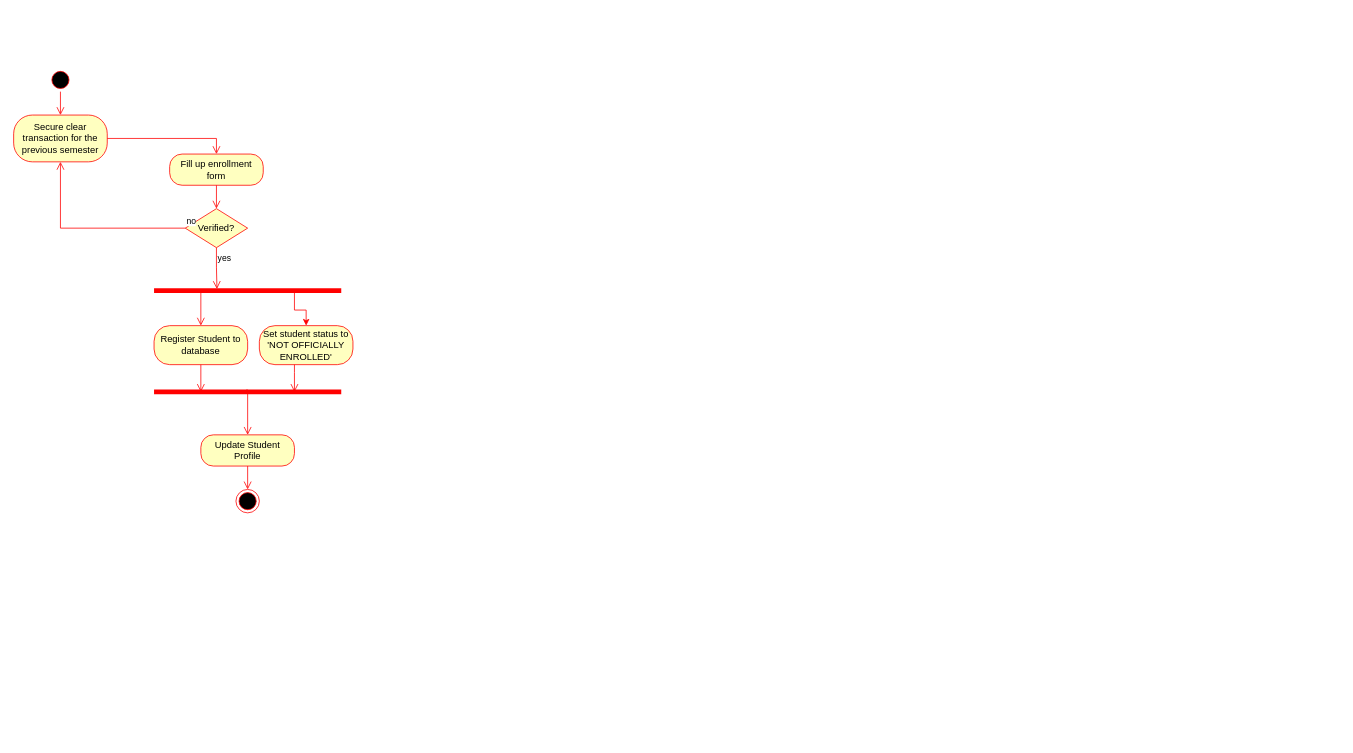
The draw.io diagram Untitled Diagram.drawio in John-Rey-Pial/Draw-IO, before the edit. Source tidied: cells renumbered, new cells numbered last; positions are measured from the earlier drawing's top-left corner, leaving out a move shared by most shapes. Both pictures are drawn from the tidied source at 78%, with x=0, y=0 at pixel (13, 68).
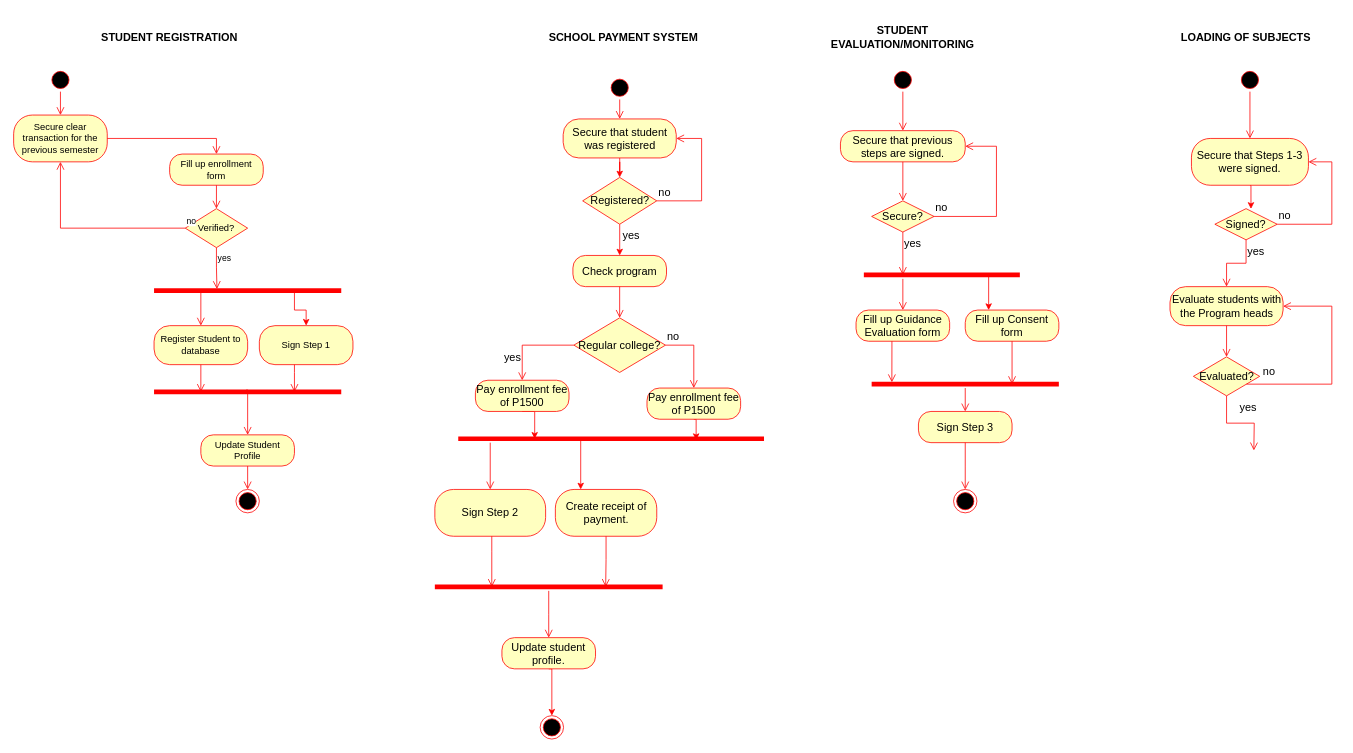
After the change.

Diff of the diagram source:
```diff
@@
-    <mxCell id="21" value="Set student status to 'NOT OFFICIALLY ENROLLED'" style="rounded=1;whiteSpace=wrap;html=1;arcSize=40;fontColor=#000000;fillColor=#ffffc0;strokeColor=#ff0000;" parent="1" vertex="1">
+    <mxCell id="21" value="Sign Step 1" style="rounded=1;whiteSpace=wrap;html=1;arcSize=40;fontColor=#000000;fillColor=#ffffc0;strokeColor=#ff0000;" parent="1" vertex="1">
       <mxGeometry x="315" y="330" width="120" height="50" as="geometry" />
     </mxCell>
@@
+    <mxCell id="23" value="STUDENT REGISTRATION" style="text;html=1;strokeColor=none;fillColor=none;align=center;verticalAlign=middle;whiteSpace=wrap;rounded=0;fontSize=14;fontStyle=1;" parent="1" vertex="1">
+      <mxGeometry x="100" y="-70" width="200" height="60" as="geometry" />
+    </mxCell>
+    <mxCell id="24" value="SCHOOL PAYMENT SYSTEM" style="text;html=1;strokeColor=none;fillColor=none;align=center;verticalAlign=middle;whiteSpace=wrap;rounded=0;fontSize=14;fontStyle=1;" parent="1" vertex="1">
+      <mxGeometry x="682" y="-70" width="200" height="60" as="geometry" />
+    </mxCell>
+    <mxCell id="25" style="ellipse;html=1;shape=startState;fillColor=#000000;strokeColor=#ff0000;fontSize=14;" parent="1" vertex="1">
+      <mxGeometry x="762" y="10" width="30" height="30" as="geometry" />
+    </mxCell>
+    <mxCell id="26" style="edgeStyle=orthogonalEdgeStyle;html=1;verticalAlign=bottom;endArrow=open;endSize=8;strokeColor=#ff0000;rounded=0;fontSize=14;entryX=0.5;entryY=0;entryDx=0;entryDy=0;" parent="1" edge="1" source="25" target="28">
+      <mxGeometry relative="1" as="geometry" />
+    </mxCell>
+    <mxCell id="27" style="edgeStyle=orthogonalEdgeStyle;rounded=0;jettySize=auto;html=1;entryX=0.5;entryY=0;entryDx=0;entryDy=0;fontSize=14;strokeColor=#FF0000;" parent="1" edge="1" source="28" target="30">
+      <mxGeometry relative="1" as="geometry" />
+    </mxCell>
+    <mxCell id="28" value="Secure that student was registered" style="rounded=1;whiteSpace=wrap;html=1;arcSize=40;fontColor=#000000;fillColor=#ffffc0;strokeColor=#ff0000;fontSize=14;" parent="1" vertex="1">
+      <mxGeometry x="704.5" y="65" width="145" height="50" as="geometry" />
+    </mxCell>
+    <mxCell id="29" style="edgeStyle=orthogonalEdgeStyle;rounded=0;jettySize=auto;html=1;entryX=0.5;entryY=0;entryDx=0;entryDy=0;fontSize=14;strokeColor=#FF0000;" parent="1" edge="1" source="30" target="33">
+      <mxGeometry relative="1" as="geometry" />
+    </mxCell>
+    <mxCell id="30" value="Registered?" style="rhombus;whiteSpace=wrap;html=1;fillColor=#ffffc0;strokeColor=#ff0000;fontSize=14;" parent="1" vertex="1">
+      <mxGeometry x="729.5" y="140" width="95" height="60" as="geometry" />
+    </mxCell>
+    <mxCell id="31" value="no" style="edgeStyle=orthogonalEdgeStyle;html=1;align=left;verticalAlign=bottom;endArrow=open;endSize=8;strokeColor=#ff0000;rounded=0;fontSize=14;entryX=1;entryY=0.5;entryDx=0;entryDy=0;" parent="1" edge="1" source="30" target="28">
+      <mxGeometry x="-1" relative="1" as="geometry">
+        <Array as="points">
+          <mxPoint x="777" y="170" />
+          <mxPoint x="882" y="170" />
+          <mxPoint x="882" y="90" />
+        </Array>
+      </mxGeometry>
+    </mxCell>
+    <mxCell id="32" value="yes" style="text;html=1;strokeColor=none;fillColor=none;align=center;verticalAlign=middle;whiteSpace=wrap;rounded=0;fontSize=14;" parent="1" vertex="1">
+      <mxGeometry x="762" y="200" width="60" height="30" as="geometry" />
+    </mxCell>
+    <mxCell id="33" value="Check program" style="rounded=1;whiteSpace=wrap;html=1;arcSize=40;fontColor=#000000;fillColor=#ffffc0;strokeColor=#ff0000;fontSize=14;" parent="1" vertex="1">
+      <mxGeometry x="717" y="240" width="120" height="40" as="geometry" />
+    </mxCell>
+    <mxCell id="34" style="edgeStyle=orthogonalEdgeStyle;html=1;verticalAlign=bottom;endArrow=open;endSize=8;strokeColor=#ff0000;rounded=0;fontSize=14;entryX=0.5;entryY=0;entryDx=0;entryDy=0;" parent="1" edge="1" source="33" target="35">
+      <mxGeometry relative="1" as="geometry" />
+    </mxCell>
+    <mxCell id="35" value="Regular college?" style="rhombus;whiteSpace=wrap;html=1;fillColor=#ffffc0;strokeColor=#ff0000;fontSize=14;" parent="1" vertex="1">
+      <mxGeometry x="718.2" y="320" width="117.5" height="70" as="geometry" />
+    </mxCell>
+    <mxCell id="36" value="no" style="edgeStyle=orthogonalEdgeStyle;html=1;align=left;verticalAlign=bottom;endArrow=open;endSize=8;strokeColor=#ff0000;rounded=0;fontSize=14;entryX=0.5;entryY=0;entryDx=0;entryDy=0;" parent="1" edge="1" source="35" target="50">
+      <mxGeometry x="-1" relative="1" as="geometry">
+        <Array as="points">
+          <mxPoint x="872" y="355" />
+        </Array>
+      </mxGeometry>
+    </mxCell>
+    <mxCell id="37" value="yes" style="edgeStyle=orthogonalEdgeStyle;html=1;align=left;verticalAlign=top;endArrow=open;endSize=8;strokeColor=#ff0000;rounded=0;fontSize=14;entryX=0.5;entryY=0;entryDx=0;entryDy=0;entryPerimeter=0;" parent="1" edge="1" source="35" target="39">
+      <mxGeometry x="0.2" y="-25" relative="1" as="geometry" />
+    </mxCell>
+    <mxCell id="38" style="edgeStyle=orthogonalEdgeStyle;rounded=0;jettySize=auto;html=1;exitX=0.5;exitY=1;exitDx=0;exitDy=0;entryX=0.25;entryY=0.5;entryDx=0;entryDy=0;entryPerimeter=0;fontSize=14;strokeColor=#FF0000;" parent="1" edge="1" source="39" target="41">
+      <mxGeometry relative="1" as="geometry" />
+    </mxCell>
+    <mxCell id="39" value="Pay enrollment fee of P1500" style="rounded=1;whiteSpace=wrap;html=1;arcSize=40;fontColor=#000000;fillColor=#ffffc0;strokeColor=#ff0000;fontSize=14;" parent="1" vertex="1">
+      <mxGeometry x="592" y="400" width="120" height="40" as="geometry" />
+    </mxCell>
+    <mxCell id="40" style="edgeStyle=orthogonalEdgeStyle;rounded=0;jettySize=auto;html=1;exitX=0.75;exitY=0.5;exitDx=0;exitDy=0;exitPerimeter=0;entryX=0.25;entryY=0;entryDx=0;entryDy=0;fontSize=14;strokeColor=#FF0000;" parent="1" edge="1" source="41" target="45">
+      <mxGeometry relative="1" as="geometry">
+        <Array as="points">
+          <mxPoint x="727" y="475" />
+        </Array>
+      </mxGeometry>
+    </mxCell>
+    <mxCell id="41" style="shape=line;html=1;strokeWidth=6;strokeColor=#ff0000;fontSize=14;" parent="1" vertex="1">
+      <mxGeometry x="570" y="470" width="392" height="10" as="geometry" />
+    </mxCell>
+    <mxCell id="42" style="edgeStyle=orthogonalEdgeStyle;html=1;verticalAlign=bottom;endArrow=open;endSize=8;strokeColor=#ff0000;rounded=0;fontSize=14;entryX=0.5;entryY=0;entryDx=0;entryDy=0;" parent="1" edge="1" source="41" target="43">
+      <mxGeometry relative="1" as="geometry">
+        <Array as="points">
+          <mxPoint x="611" y="540" />
+          <mxPoint x="611" y="540" />
+        </Array>
+      </mxGeometry>
+    </mxCell>
+    <mxCell id="43" value="Sign Step 2" style="rounded=1;whiteSpace=wrap;html=1;arcSize=40;fontColor=#000000;fillColor=#ffffc0;strokeColor=#ff0000;fontSize=14;" parent="1" vertex="1">
+      <mxGeometry x="540" y="540" width="142" height="60" as="geometry" />
+    </mxCell>
+    <mxCell id="44" style="edgeStyle=orthogonalEdgeStyle;html=1;verticalAlign=bottom;endArrow=open;endSize=8;strokeColor=#ff0000;rounded=0;fontSize=14;entryX=0.25;entryY=0.5;entryDx=0;entryDy=0;entryPerimeter=0;" parent="1" edge="1" source="43" target="47">
+      <mxGeometry relative="1" as="geometry">
+        <Array as="points">
+          <mxPoint x="613" y="620" />
+          <mxPoint x="613" y="620" />
+        </Array>
+      </mxGeometry>
+    </mxCell>
+    <mxCell id="45" value="Create receipt of payment." style="rounded=1;whiteSpace=wrap;html=1;arcSize=40;fontColor=#000000;fillColor=#ffffc0;strokeColor=#ff0000;fontSize=14;" parent="1" vertex="1">
+      <mxGeometry x="694.5" y="540" width="130" height="60" as="geometry" />
+    </mxCell>
+    <mxCell id="46" style="edgeStyle=orthogonalEdgeStyle;html=1;verticalAlign=bottom;endArrow=open;endSize=8;strokeColor=#ff0000;rounded=0;fontSize=14;entryX=0.75;entryY=0.5;entryDx=0;entryDy=0;entryPerimeter=0;" parent="1" edge="1" source="45" target="47">
+      <mxGeometry relative="1" as="geometry" />
+    </mxCell>
+    <mxCell id="47" style="shape=line;html=1;strokeWidth=6;strokeColor=#ff0000;fontSize=14;" parent="1" vertex="1">
+      <mxGeometry x="540" y="660" width="292" height="10" as="geometry" />
+    </mxCell>
+    <mxCell id="48" style="edgeStyle=orthogonalEdgeStyle;html=1;verticalAlign=bottom;endArrow=open;endSize=8;strokeColor=#ff0000;rounded=0;fontSize=14;" parent="1" edge="1" source="47">
+      <mxGeometry relative="1" as="geometry">
+        <mxPoint x="686" y="730" as="targetPoint" />
+      </mxGeometry>
+    </mxCell>
+    <mxCell id="49" style="edgeStyle=orthogonalEdgeStyle;rounded=0;jettySize=auto;html=1;exitX=0.5;exitY=1;exitDx=0;exitDy=0;entryX=0.778;entryY=0.667;entryDx=0;entryDy=0;entryPerimeter=0;fontSize=14;strokeColor=#FF0000;" parent="1" edge="1" source="50" target="41">
+      <mxGeometry relative="1" as="geometry" />
+    </mxCell>
+    <mxCell id="50" value="Pay enrollment fee of P1500" style="rounded=1;whiteSpace=wrap;html=1;arcSize=40;fontColor=#000000;fillColor=#ffffc0;strokeColor=#ff0000;fontSize=14;" parent="1" vertex="1">
+      <mxGeometry x="812" y="410" width="120" height="40" as="geometry" />
+    </mxCell>
+    <mxCell id="51" style="edgeStyle=orthogonalEdgeStyle;rounded=0;jettySize=auto;html=1;exitX=0.5;exitY=1;exitDx=0;exitDy=0;entryX=0.5;entryY=0;entryDx=0;entryDy=0;fontSize=14;strokeColor=#FF0000;" parent="1" edge="1" source="52" target="53">
+      <mxGeometry relative="1" as="geometry">
+        <Array as="points">
+          <mxPoint x="690" y="770" />
+        </Array>
+      </mxGeometry>
+    </mxCell>
+    <mxCell id="52" value="Update student profile." style="rounded=1;whiteSpace=wrap;html=1;arcSize=40;fontColor=#000000;fillColor=#ffffc0;strokeColor=#ff0000;fontSize=14;" parent="1" vertex="1">
+      <mxGeometry x="626" y="730" width="120" height="40" as="geometry" />
+    </mxCell>
+    <mxCell id="53" style="ellipse;html=1;shape=endState;fillColor=#000000;strokeColor=#ff0000;fontSize=14;" parent="1" vertex="1">
+      <mxGeometry x="675" y="830" width="30" height="30" as="geometry" />
+    </mxCell>
+    <mxCell id="54" value="STUDENT EVALUATION/MONITORING" style="text;html=1;strokeColor=none;fillColor=none;align=center;verticalAlign=middle;whiteSpace=wrap;rounded=0;fontSize=14;fontStyle=1;" parent="1" vertex="1">
+      <mxGeometry x="1040" y="-70" width="200" height="60" as="geometry" />
+    </mxCell>
+    <mxCell id="55" style="ellipse;html=1;shape=startState;fillColor=#000000;strokeColor=#ff0000;fontSize=14;" parent="1" vertex="1">
+      <mxGeometry x="1125" width="30" height="30" as="geometry" />
+    </mxCell>
+    <mxCell id="56" style="edgeStyle=orthogonalEdgeStyle;html=1;verticalAlign=bottom;endArrow=open;endSize=8;strokeColor=#ff0000;rounded=0;fontSize=14;entryX=0.5;entryY=0;entryDx=0;entryDy=0;" parent="1" edge="1" source="55" target="57">
+      <mxGeometry relative="1" as="geometry" />
+    </mxCell>
+    <mxCell id="57" value="Secure that previous steps are signed." style="rounded=1;whiteSpace=wrap;html=1;arcSize=40;fontColor=#000000;fillColor=#ffffc0;strokeColor=#ff0000;fontSize=14;" parent="1" vertex="1">
+      <mxGeometry x="1060" y="80" width="160" height="40" as="geometry" />
+    </mxCell>
+    <mxCell id="58" style="edgeStyle=orthogonalEdgeStyle;html=1;verticalAlign=bottom;endArrow=open;endSize=8;strokeColor=#ff0000;rounded=0;fontSize=14;entryX=0.5;entryY=0;entryDx=0;entryDy=0;" parent="1" edge="1" source="57" target="59">
+      <mxGeometry relative="1" as="geometry" />
+    </mxCell>
+    <mxCell id="59" value="Secure?" style="rhombus;whiteSpace=wrap;html=1;fillColor=#ffffc0;strokeColor=#ff0000;fontSize=14;" parent="1" vertex="1">
+      <mxGeometry x="1100" y="170" width="80" height="40" as="geometry" />
+    </mxCell>
+    <mxCell id="60" value="no" style="edgeStyle=orthogonalEdgeStyle;html=1;align=left;verticalAlign=bottom;endArrow=open;endSize=8;strokeColor=#ff0000;rounded=0;fontSize=14;entryX=1;entryY=0.5;entryDx=0;entryDy=0;" parent="1" edge="1" source="59" target="57">
+      <mxGeometry x="-1" relative="1" as="geometry">
+        <Array as="points">
+          <mxPoint x="1260" y="190" />
+          <mxPoint x="1260" y="100" />
+        </Array>
+      </mxGeometry>
+    </mxCell>
+    <mxCell id="61" value="yes" style="edgeStyle=orthogonalEdgeStyle;html=1;align=left;verticalAlign=top;endArrow=open;endSize=8;strokeColor=#ff0000;rounded=0;fontSize=14;entryX=0.25;entryY=0.5;entryDx=0;entryDy=0;entryPerimeter=0;" parent="1" edge="1" source="59" target="63">
+      <mxGeometry x="-1" relative="1" as="geometry" />
+    </mxCell>
+    <mxCell id="62" style="edgeStyle=orthogonalEdgeStyle;rounded=0;jettySize=auto;html=1;exitX=0.75;exitY=0.5;exitDx=0;exitDy=0;exitPerimeter=0;entryX=0.25;entryY=0;entryDx=0;entryDy=0;fontSize=14;strokeColor=#FF0000;" parent="1" edge="1" source="63" target="67">
+      <mxGeometry relative="1" as="geometry">
+        <Array as="points">
+          <mxPoint x="1250" y="265" />
+        </Array>
+      </mxGeometry>
+    </mxCell>
+    <mxCell id="63" style="shape=line;html=1;strokeWidth=6;strokeColor=#ff0000;fontSize=14;" parent="1" vertex="1">
+      <mxGeometry x="1090" y="260" width="200" height="10" as="geometry" />
+    </mxCell>
+    <mxCell id="64" style="edgeStyle=orthogonalEdgeStyle;html=1;verticalAlign=bottom;endArrow=open;endSize=8;strokeColor=#ff0000;rounded=0;fontSize=14;entryX=0.5;entryY=0;entryDx=0;entryDy=0;" parent="1" edge="1" source="63" target="65">
+      <mxGeometry relative="1" as="geometry">
+        <Array as="points">
+          <mxPoint x="1140" y="300" />
+          <mxPoint x="1140" y="300" />
+        </Array>
+      </mxGeometry>
+    </mxCell>
+    <mxCell id="65" value="Fill up Guidance Evaluation form" style="rounded=1;whiteSpace=wrap;html=1;arcSize=40;fontColor=#000000;fillColor=#ffffc0;strokeColor=#ff0000;fontSize=14;" parent="1" vertex="1">
+      <mxGeometry x="1080" y="310" width="120" height="40" as="geometry" />
+    </mxCell>
+    <mxCell id="66" style="edgeStyle=orthogonalEdgeStyle;html=1;verticalAlign=bottom;endArrow=open;endSize=8;strokeColor=#ff0000;rounded=0;fontSize=14;entryX=0.108;entryY=0.259;entryDx=0;entryDy=0;entryPerimeter=0;" parent="1" edge="1" source="65" target="69">
+      <mxGeometry relative="1" as="geometry">
+        <Array as="points">
+          <mxPoint x="1126" y="360" />
+          <mxPoint x="1126" y="360" />
+        </Array>
+      </mxGeometry>
+    </mxCell>
+    <mxCell id="67" value="Fill up Consent form" style="rounded=1;whiteSpace=wrap;html=1;arcSize=40;fontColor=#000000;fillColor=#ffffc0;strokeColor=#ff0000;fontSize=14;" parent="1" vertex="1">
+      <mxGeometry x="1220" y="310" width="120" height="40" as="geometry" />
+    </mxCell>
+    <mxCell id="68" style="edgeStyle=orthogonalEdgeStyle;html=1;verticalAlign=bottom;endArrow=open;endSize=8;strokeColor=#ff0000;rounded=0;fontSize=14;entryX=0.75;entryY=0.5;entryDx=0;entryDy=0;entryPerimeter=0;" parent="1" edge="1" source="67" target="69">
+      <mxGeometry relative="1" as="geometry" />
+    </mxCell>
+    <mxCell id="69" style="shape=line;html=1;strokeWidth=6;strokeColor=#ff0000;fontSize=14;" parent="1" vertex="1">
+      <mxGeometry x="1100" y="400" width="240" height="10" as="geometry" />
+    </mxCell>
+    <mxCell id="70" style="edgeStyle=orthogonalEdgeStyle;html=1;verticalAlign=bottom;endArrow=open;endSize=8;strokeColor=#ff0000;rounded=0;fontSize=14;entryX=0.5;entryY=0;entryDx=0;entryDy=0;" parent="1" edge="1" source="69" target="71">
+      <mxGeometry relative="1" as="geometry" />
+    </mxCell>
+    <mxCell id="71" value="Sign Step 3" style="rounded=1;whiteSpace=wrap;html=1;arcSize=40;fontColor=#000000;fillColor=#ffffc0;strokeColor=#ff0000;fontSize=14;" parent="1" vertex="1">
+      <mxGeometry x="1160" y="440" width="120" height="40" as="geometry" />
+    </mxCell>
+    <mxCell id="72" style="edgeStyle=orthogonalEdgeStyle;html=1;verticalAlign=bottom;endArrow=open;endSize=8;strokeColor=#ff0000;rounded=0;fontSize=14;" parent="1" edge="1" source="71">
+      <mxGeometry relative="1" as="geometry">
+        <mxPoint x="1220" y="540" as="targetPoint" />
+      </mxGeometry>
+    </mxCell>
+    <mxCell id="73" style="ellipse;html=1;shape=endState;fillColor=#000000;strokeColor=#ff0000;fontSize=14;" parent="1" vertex="1">
+      <mxGeometry x="1205" y="540" width="30" height="30" as="geometry" />
+    </mxCell>
+    <mxCell id="74" value="LOADING OF SUBJECTS" style="text;html=1;strokeColor=none;fillColor=none;align=center;verticalAlign=middle;whiteSpace=wrap;rounded=0;fontSize=14;fontStyle=1;" parent="1" vertex="1">
+      <mxGeometry x="1480" y="-70" width="200" height="60" as="geometry" />
+    </mxCell>
+    <mxCell id="75" style="ellipse;html=1;shape=startState;fillColor=#000000;strokeColor=#ff0000;fontSize=14;" parent="1" vertex="1">
+      <mxGeometry x="1570" width="30" height="30" as="geometry" />
+    </mxCell>
+    <mxCell id="76" style="edgeStyle=orthogonalEdgeStyle;html=1;verticalAlign=bottom;endArrow=open;endSize=8;strokeColor=#ff0000;rounded=0;fontSize=14;entryX=0.5;entryY=0;entryDx=0;entryDy=0;" parent="1" edge="1" source="75" target="78">
+      <mxGeometry relative="1" as="geometry" />
+    </mxCell>
+    <mxCell id="77" style="edgeStyle=orthogonalEdgeStyle;rounded=0;jettySize=auto;html=1;exitX=0.5;exitY=1;exitDx=0;exitDy=0;entryX=0.579;entryY=0.008;entryDx=0;entryDy=0;fontSize=14;strokeColor=#FF0000;entryPerimeter=0;" parent="1" edge="1" source="78" target="84">
+      <mxGeometry relative="1" as="geometry" />
+    </mxCell>
+    <mxCell id="78" value="Secure that Steps 1-3 were signed." style="rounded=1;whiteSpace=wrap;html=1;arcSize=40;fontColor=#000000;fillColor=#ffffc0;strokeColor=#ff0000;fontSize=14;" parent="1" vertex="1">
+      <mxGeometry x="1510" y="90" width="150" height="60" as="geometry" />
+    </mxCell>
+    <mxCell id="79" value="Evaluate students with the Program heads" style="rounded=1;whiteSpace=wrap;html=1;arcSize=40;fontColor=#000000;fillColor=#ffffc0;strokeColor=#ff0000;fontSize=14;" parent="1" vertex="1">
+      <mxGeometry x="1482.5" y="280" width="145" height="50" as="geometry" />
+    </mxCell>
+    <mxCell id="80" style="edgeStyle=orthogonalEdgeStyle;html=1;verticalAlign=bottom;endArrow=open;endSize=8;strokeColor=#ff0000;rounded=0;fontSize=14;entryX=0.5;entryY=0;entryDx=0;entryDy=0;" parent="1" edge="1" source="79" target="81">
+      <mxGeometry relative="1" as="geometry" />
+    </mxCell>
+    <mxCell id="81" value="Evaluated?" style="rhombus;whiteSpace=wrap;html=1;fillColor=#ffffc0;strokeColor=#ff0000;fontSize=14;" parent="1" vertex="1">
+      <mxGeometry x="1512.5" y="370" width="85" height="50" as="geometry" />
+    </mxCell>
+    <mxCell id="82" value="no" style="edgeStyle=orthogonalEdgeStyle;html=1;align=left;verticalAlign=bottom;endArrow=open;endSize=8;strokeColor=#ff0000;rounded=0;fontSize=14;entryX=1;entryY=0.5;entryDx=0;entryDy=0;" parent="1" edge="1" source="81" target="79">
+      <mxGeometry x="-0.86" y="5" relative="1" as="geometry">
+        <Array as="points">
+          <mxPoint x="1690" y="405" />
+          <mxPoint x="1690" y="305" />
+        </Array>
+      </mxGeometry>
+    </mxCell>
+    <mxCell id="83" value="yes" style="edgeStyle=orthogonalEdgeStyle;html=1;align=left;verticalAlign=top;endArrow=open;endSize=8;strokeColor=#ff0000;rounded=0;fontSize=14;" parent="1" edge="1" source="81">
+      <mxGeometry x="-1" y="15" relative="1" as="geometry">
+        <mxPoint x="1590" y="490" as="targetPoint" />
+      </mxGeometry>
+    </mxCell>
+    <mxCell id="84" value="Signed?" style="rhombus;whiteSpace=wrap;html=1;fillColor=#ffffc0;strokeColor=#ff0000;fontSize=14;" parent="1" vertex="1">
+      <mxGeometry x="1540" y="180" width="80" height="40" as="geometry" />
+    </mxCell>
+    <mxCell id="85" value="no" style="edgeStyle=orthogonalEdgeStyle;html=1;align=left;verticalAlign=bottom;endArrow=open;endSize=8;strokeColor=#ff0000;rounded=0;fontSize=14;entryX=1;entryY=0.5;entryDx=0;entryDy=0;" parent="1" edge="1" source="84" target="78">
+      <mxGeometry x="-1" relative="1" as="geometry">
+        <Array as="points">
+          <mxPoint x="1690" y="200" />
+          <mxPoint x="1690" y="120" />
+        </Array>
+      </mxGeometry>
+    </mxCell>
+    <mxCell id="86" value="yes" style="edgeStyle=orthogonalEdgeStyle;html=1;align=left;verticalAlign=top;endArrow=open;endSize=8;strokeColor=#ff0000;rounded=0;fontSize=14;entryX=0.5;entryY=0;entryDx=0;entryDy=0;" parent="1" edge="1" source="84" target="79">
+      <mxGeometry x="-1" relative="1" as="geometry" />
+    </mxCell>
```
